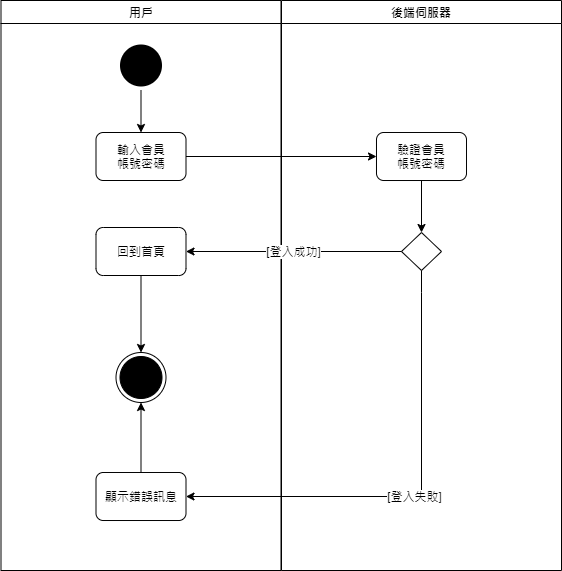
Above: src/main/uml/login.png in 10746010/Plearnet-back-end (draw.io), before the change. Source tidied: cells renumbered, new cells last; positions are measured from the earlier drawing's top-left corner, leaving out a move shared by most shapes. Source of this version:
```xml
<mxGraphModel background="#ffffff">
  <root>
    <mxCell id="0" />
    <mxCell id="1" parent="0" />
    <mxCell id="2" value="用戶" style="swimlane;whiteSpace=wrap;" parent="1" vertex="1">
      <mxGeometry x="0.5" width="280" height="570" as="geometry" />
    </mxCell>
    <mxCell id="3" style="edgeStyle=orthogonalEdgeStyle;rounded=0;jettySize=auto;html=1;" parent="2" edge="1" source="4" target="5">
      <mxGeometry relative="1" as="geometry" />
    </mxCell>
    <mxCell id="4" style="ellipse;shape=startState;fillColor=#000000;strokeColor=none;" parent="2" vertex="1">
      <mxGeometry x="115" y="40" width="50" height="50" as="geometry" />
    </mxCell>
    <mxCell id="5" value="輸入會員&lt;br&gt;帳號密碼" style="rounded=1;whiteSpace=wrap;html=1;" parent="2" vertex="1">
      <mxGeometry x="95" y="132" width="90" height="48" as="geometry" />
    </mxCell>
    <mxCell id="6" style="edgeStyle=orthogonalEdgeStyle;rounded=0;jettySize=auto;html=1;" parent="2" edge="1" source="7" target="8">
      <mxGeometry relative="1" as="geometry" />
    </mxCell>
    <mxCell id="7" value="回到首頁" style="rounded=1;whiteSpace=wrap;html=1;" parent="2" vertex="1">
      <mxGeometry x="95" y="227" width="90" height="48" as="geometry" />
    </mxCell>
    <mxCell id="8" style="ellipse;html=1;shape=endState;fillColor=#000000;shadow=0;sketch=0;" parent="2" vertex="1">
      <mxGeometry x="115" y="352" width="50" height="50" as="geometry" />
    </mxCell>
    <mxCell id="9" value="顯示錯誤訊息" style="rounded=1;whiteSpace=wrap;html=1;" parent="2" vertex="1">
      <mxGeometry x="95" y="472" width="90" height="48" as="geometry" />
    </mxCell>
    <mxCell id="10" style="edgeStyle=orthogonalEdgeStyle;rounded=0;jettySize=auto;html=1;" parent="2" edge="1" source="9" target="8">
      <mxGeometry relative="1" as="geometry" />
    </mxCell>
    <mxCell id="11" value="後端伺服器" style="swimlane;whiteSpace=wrap;" parent="1" vertex="1">
      <mxGeometry x="281" width="280" height="570" as="geometry" />
    </mxCell>
    <mxCell id="12" style="edgeStyle=orthogonalEdgeStyle;rounded=0;jettySize=auto;html=1;" parent="11" edge="1" source="13" target="14">
      <mxGeometry relative="1" as="geometry" />
    </mxCell>
    <mxCell id="13" value="驗證會員&lt;br&gt;帳號密碼" style="rounded=1;whiteSpace=wrap;html=1;" parent="11" vertex="1">
      <mxGeometry x="95" y="132" width="90" height="48" as="geometry" />
    </mxCell>
    <mxCell id="14" style="rhombus;whiteSpace=wrap;html=1;" parent="11" vertex="1">
      <mxGeometry x="120" y="232" width="40" height="38" as="geometry" />
    </mxCell>
    <mxCell id="15" style="edgeStyle=orthogonalEdgeStyle;rounded=0;jettySize=auto;html=1;" parent="1" edge="1" source="5" target="13">
      <mxGeometry relative="1" as="geometry" />
    </mxCell>
    <mxCell id="16" value="[登入成功]" style="edgeStyle=orthogonalEdgeStyle;rounded=0;jettySize=auto;html=1;" parent="1" edge="1" source="14" target="7">
      <mxGeometry relative="1" as="geometry" />
    </mxCell>
    <mxCell id="17" value="[登入失敗]" style="edgeStyle=orthogonalEdgeStyle;rounded=0;jettySize=auto;html=1;" parent="1" edge="1" source="14" target="9">
      <mxGeometry x="0.01" relative="1" as="geometry">
        <Array as="points">
          <mxPoint x="421" y="292" />
          <mxPoint x="421" y="292" />
        </Array>
      </mxGeometry>
    </mxCell>
  </root>
</mxGraphModel>
```
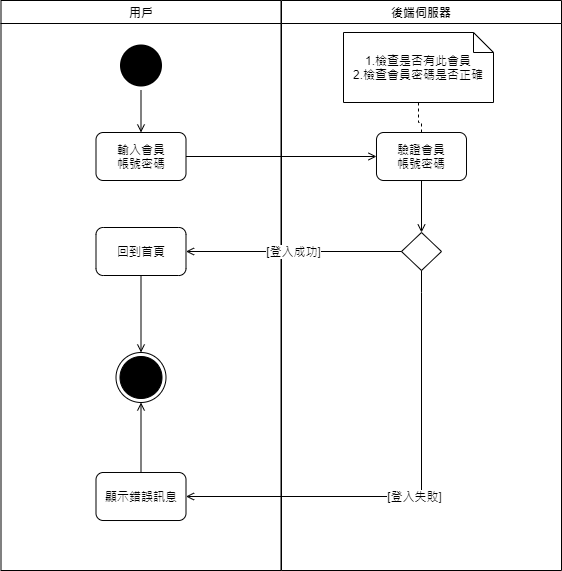
Later version of the same file.

Commit message:
update login Activity diagram

Change to the diagram source:
```diff
@@ -5,16 +5,13 @@
     <mxCell id="2" value="用戶" style="swimlane;whiteSpace=wrap;" parent="1" vertex="1">
       <mxGeometry x="0.5" width="280" height="570" as="geometry" />
     </mxCell>
-    <mxCell id="3" style="edgeStyle=orthogonalEdgeStyle;rounded=0;jettySize=auto;html=1;" parent="2" edge="1" source="4" target="5">
-      <mxGeometry relative="1" as="geometry" />
-    </mxCell>
     <mxCell id="4" style="ellipse;shape=startState;fillColor=#000000;strokeColor=none;" parent="2" vertex="1">
       <mxGeometry x="115" y="40" width="50" height="50" as="geometry" />
     </mxCell>
     <mxCell id="5" value="輸入會員&lt;br&gt;帳號密碼" style="rounded=1;whiteSpace=wrap;html=1;" parent="2" vertex="1">
       <mxGeometry x="95" y="132" width="90" height="48" as="geometry" />
     </mxCell>
-    <mxCell id="6" style="edgeStyle=orthogonalEdgeStyle;rounded=0;jettySize=auto;html=1;" parent="2" edge="1" source="7" target="8">
+    <mxCell id="6" style="edgeStyle=orthogonalEdgeStyle;rounded=0;jettySize=auto;html=1;endArrow=open;endFill=0;" parent="2" edge="1" source="7" target="8">
       <mxGeometry relative="1" as="geometry" />
     </mxCell>
     <mxCell id="7" value="回到首頁" style="rounded=1;whiteSpace=wrap;html=1;" parent="2" vertex="1">
@@ -26,13 +23,16 @@
     <mxCell id="9" value="顯示錯誤訊息" style="rounded=1;whiteSpace=wrap;html=1;" parent="2" vertex="1">
       <mxGeometry x="95" y="472" width="90" height="48" as="geometry" />
     </mxCell>
-    <mxCell id="10" style="edgeStyle=orthogonalEdgeStyle;rounded=0;jettySize=auto;html=1;" parent="2" edge="1" source="9" target="8">
+    <mxCell id="10" style="edgeStyle=orthogonalEdgeStyle;rounded=0;jettySize=auto;html=1;endArrow=open;endFill=0;" parent="2" edge="1" source="9" target="8">
       <mxGeometry relative="1" as="geometry" />
     </mxCell>
+    <mxCell id="3" style="edgeStyle=orthogonalEdgeStyle;rounded=0;jettySize=auto;html=1;endArrow=open;endFill=0;" parent="2" edge="1" source="4" target="5">
+      <mxGeometry relative="1" as="geometry" />
+    </mxCell>
     <mxCell id="11" value="後端伺服器" style="swimlane;whiteSpace=wrap;" parent="1" vertex="1">
       <mxGeometry x="281" width="280" height="570" as="geometry" />
     </mxCell>
-    <mxCell id="12" style="edgeStyle=orthogonalEdgeStyle;rounded=0;jettySize=auto;html=1;" parent="11" edge="1" source="13" target="14">
+    <mxCell id="12" style="edgeStyle=orthogonalEdgeStyle;rounded=0;jettySize=auto;html=1;endArrow=open;endFill=0;" parent="11" edge="1" source="13" target="14">
       <mxGeometry relative="1" as="geometry" />
     </mxCell>
     <mxCell id="13" value="驗證會員&lt;br&gt;帳號密碼" style="rounded=1;whiteSpace=wrap;html=1;" parent="11" vertex="1">
@@ -41,13 +41,25 @@
     <mxCell id="14" style="rhombus;whiteSpace=wrap;html=1;" parent="11" vertex="1">
       <mxGeometry x="120" y="232" width="40" height="38" as="geometry" />
     </mxCell>
-    <mxCell id="15" style="edgeStyle=orthogonalEdgeStyle;rounded=0;jettySize=auto;html=1;" parent="1" edge="1" source="5" target="13">
-      <mxGeometry relative="1" as="geometry" />
-    </mxCell>
-    <mxCell id="16" value="[登入成功]" style="edgeStyle=orthogonalEdgeStyle;rounded=0;jettySize=auto;html=1;" parent="1" edge="1" source="14" target="7">
-      <mxGeometry relative="1" as="geometry" />
+    <mxCell id="16" value="[登入成功]" style="edgeStyle=orthogonalEdgeStyle;rounded=0;orthogonalLoop=1;jettySize=auto;html=1;endArrow=open;endFill=0;" parent="11" edge="1">
+      <mxGeometry relative="1" as="geometry">
+        <mxPoint x="120" y="251" as="sourcePoint" />
+        <mxPoint x="-95.5" y="251" as="targetPoint" />
+      </mxGeometry>
     </mxCell>
+    <mxCell id="18" style="edgeStyle=orthogonalEdgeStyle;rounded=0;orthogonalLoop=1;jettySize=auto;html=1;endArrow=open;endFill=0;" parent="11" edge="1">
+      <mxGeometry relative="1" as="geometry">
+        <mxPoint x="-95.5" y="156" as="sourcePoint" />
+        <mxPoint x="95" y="156" as="targetPoint" />
+      </mxGeometry>
+    </mxCell>
+    <mxCell id="19" style="edgeStyle=orthogonalEdgeStyle;rounded=0;jettySize=auto;html=1;endArrow=none;endFill=0;dashed=1;" parent="11" edge="1" source="20" target="13">
+      <mxGeometry relative="1" as="geometry" />
+    </mxCell>
+    <mxCell id="20" value="1.檢查是否有此會員&lt;br&gt;2.檢查會員密碼是否正確" style="shape=note;size=20;whiteSpace=wrap;html=1;" parent="11" vertex="1">
+      <mxGeometry x="62" y="32" width="150" height="70" as="geometry" />
+    </mxCell>
-    <mxCell id="17" value="[登入失敗]" style="edgeStyle=orthogonalEdgeStyle;rounded=0;jettySize=auto;html=1;" parent="1" edge="1" source="14" target="9">
+    <mxCell id="17" value="[登入失敗]" style="edgeStyle=orthogonalEdgeStyle;rounded=0;jettySize=auto;html=1;endArrow=open;endFill=0;" parent="1" edge="1" source="14" target="9">
       <mxGeometry x="0.01" relative="1" as="geometry">
         <Array as="points">
           <mxPoint x="421" y="292" />
```
